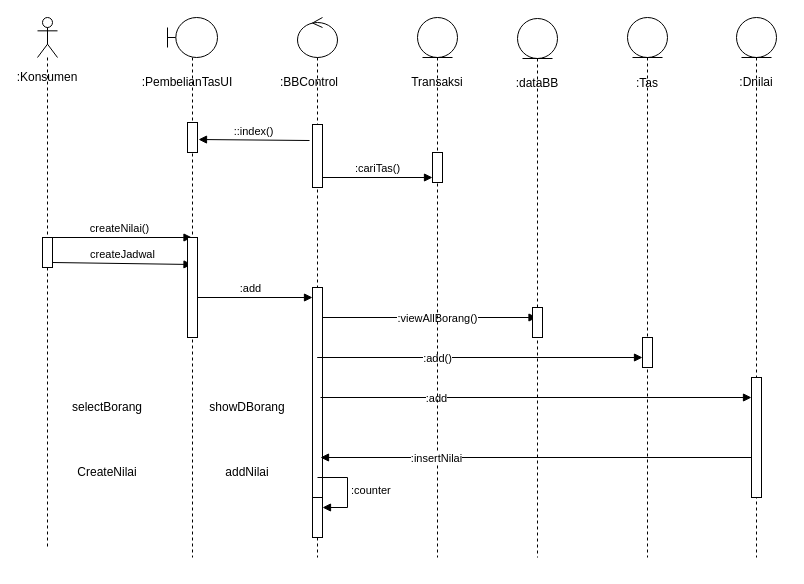
The draw.io diagram Pert 11/Seq-Prak-2.drawio in mahesri/uml_ads_sms3, before the edit. Source tidied: cells renumbered, new cells numbered last; positions are measured from the earlier drawing's top-left corner, leaving out a move shared by most shapes. Both pictures are drawn from the tidied source at 100%, with x=0, y=0 at pixel (17, 17).
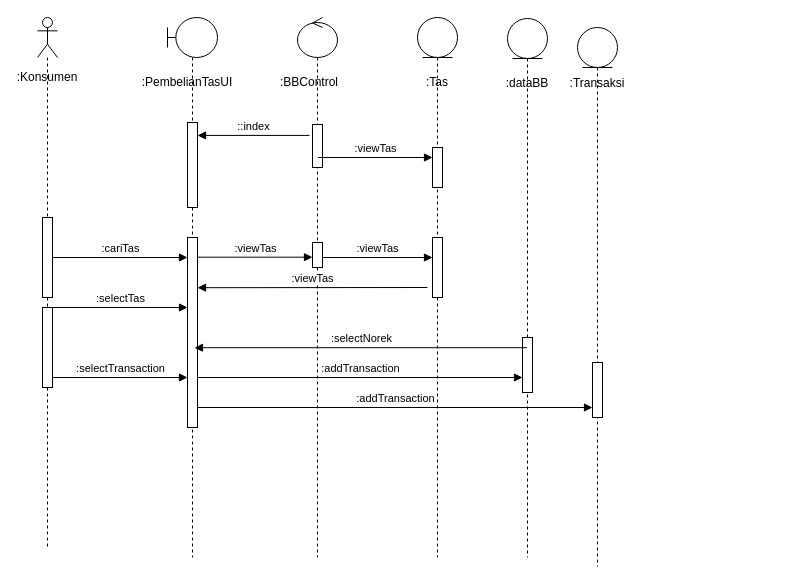
The same page after the edit.

The change refers to these unchanged cells:
```xml
<mxCell id="2" style="shape=umlLifeline;perimeter=lifelinePerimeter;whiteSpace=wrap;html=1;newEdgeStyle={&quot;curved&quot;:0,&quot;rounded&quot;:0};participant=umlActor;" parent="1" vertex="1">
  <mxGeometry x="20" width="20" height="530" as="geometry" />
</mxCell>
<mxCell id="7" style="shape=umlLifeline;perimeter=lifelinePerimeter;whiteSpace=wrap;html=1;newEdgeStyle={&quot;curved&quot;:0,&quot;rounded&quot;:0};participant=umlControl;" parent="1" vertex="1">
  <mxGeometry x="280" width="40" height="540" as="geometry" />
</mxCell>
<mxCell id="30" style="shape=umlLifeline;perimeter=lifelinePerimeter;whiteSpace=wrap;html=1;newEdgeStyle={&quot;curved&quot;:0,&quot;rounded&quot;:0};participant=umlEntity;" parent="1" vertex="1">
  <mxGeometry x="400" width="40" height="540" as="geometry" />
</mxCell>
```

What changed in the source:
```diff
@@
+    <mxCell id="40" style="html=1;perimeter=orthogonalPerimeter;targetShapes=umlLifeline;newEdgeStyle={&quot;curved&quot;:0,&quot;rounded&quot;:0};" parent="2" vertex="1">
+      <mxGeometry x="5" y="290" width="10" height="80" as="geometry" />
+    </mxCell>
@@
     <mxCell id="8" style="html=1;points=[[0,0,0,0,5],[0,1,0,0,-5],[1,0,0,0,5],[1,1,0,0,-5]];perimeter=orthogonalPerimeter;outlineConnect=0;targetShapes=umlLifeline;portConstraint=eastwest;newEdgeStyle={&quot;curved&quot;:0,&quot;rounded&quot;:0};" parent="7" vertex="1">
-      <mxGeometry x="15" y="107" width="10" height="63" as="geometry" />
+      <mxGeometry x="15" y="107" width="10" height="43" as="geometry" />
     </mxCell>
-    <mxCell id="9" style="html=1;points=[[0,0,0,0,5],[0,1,0,0,-5],[1,0,0,0,5],[1,1,0,0,-5]];perimeter=orthogonalPerimeter;outlineConnect=0;targetShapes=umlLifeline;portConstraint=eastwest;newEdgeStyle={&quot;curved&quot;:0,&quot;rounded&quot;:0};" parent="7" vertex="1">
-      <mxGeometry x="15" y="270" width="10" height="230" as="geometry" />
-    </mxCell>
-    <mxCell id="10" style="html=1;points=[[0,0,0,0,5],[0,1,0,0,-5],[1,0,0,0,5],[1,1,0,0,-5]];perimeter=orthogonalPerimeter;outlineConnect=0;targetShapes=umlLifeline;portConstraint=eastwest;newEdgeStyle={&quot;curved&quot;:0,&quot;rounded&quot;:0};" parent="7" vertex="1">
-      <mxGeometry x="15" y="480" width="10" height="40" as="geometry" />
-    </mxCell>
-    <mxCell id="11" value=":counter" style="html=1;align=left;spacingLeft=2;endArrow=block;rounded=0;edgeStyle=orthogonalEdgeStyle;curved=0;rounded=0;" parent="7" edge="1" target="10">
-      <mxGeometry relative="1" as="geometry">
-        <mxPoint x="20" y="460" as="sourcePoint" />
-        <Array as="points">
-          <mxPoint x="50" y="490" />
-        </Array>
-      </mxGeometry>
-    </mxCell>
+    <mxCell id="41" style="html=1;points=[[0,0,0,0,5],[0,1,0,0,-5],[1,0,0,0,5],[1,1,0,0,-5]];perimeter=orthogonalPerimeter;outlineConnect=0;targetShapes=umlLifeline;portConstraint=eastwest;newEdgeStyle={&quot;curved&quot;:0,&quot;rounded&quot;:0};" parent="7" vertex="1">
+      <mxGeometry x="15" y="225" width="10" height="25" as="geometry" />
+    </mxCell>
-    <mxCell id="12" value="::index()" style="html=1;verticalAlign=bottom;endArrow=block;curved=0;rounded=0;exitX=-0.3;exitY=0.254;exitDx=0;exitDy=0;exitPerimeter=0;entryX=1.1;entryY=0.567;entryDx=0;entryDy=0;entryPerimeter=0;" parent="1" edge="1" source="8" target="32">
+    <mxCell id="12" value="::index" style="html=1;verticalAlign=bottom;endArrow=block;curved=0;rounded=0;exitX=-0.3;exitY=0.254;exitDx=0;exitDy=0;exitPerimeter=0;" parent="1" edge="1" source="8" target="32">
       <mxGeometry relative="1" as="geometry" />
     </mxCell>
-    <mxCell id="13" value=":cariTas()" style="html=1;verticalAlign=bottom;endArrow=block;curved=0;rounded=0;entryX=0;entryY=1;entryDx=0;entryDy=-5;entryPerimeter=0;" parent="1" edge="1" source="8" target="31">
-      <mxGeometry relative="1" as="geometry" />
+    <mxCell id="13" value=":viewTas" style="html=1;verticalAlign=bottom;endArrow=block;curved=0;rounded=0;" parent="1" edge="1">
+      <mxGeometry relative="1" as="geometry">
+        <mxPoint x="300.5" y="140" as="sourcePoint" />
+        <mxPoint x="415" y="140" as="targetPoint" />
+      </mxGeometry>
     </mxCell>
-    <mxCell id="14" value="createJadwal" style="html=1;verticalAlign=bottom;endArrow=block;curved=0;rounded=0;exitX=1;exitY=1;exitDx=0;exitDy=-5;exitPerimeter=0;" parent="1" edge="1" source="34">
-      <mxGeometry relative="1" as="geometry">
-        <mxPoint x="174.5" y="247" as="targetPoint" />
-      </mxGeometry>
-    </mxCell>
-    <mxCell id="15" value="createNilai()" style="html=1;verticalAlign=bottom;endArrow=block;curved=0;rounded=0;" parent="1" edge="1">
-      <mxGeometry relative="1" as="geometry">
-        <mxPoint x="30" y="220" as="sourcePoint" />
-        <mxPoint x="174.5" y="220" as="targetPoint" />
-      </mxGeometry>
-    </mxCell>
-    <mxCell id="16" value=":dataBB" style="text;html=1;strokeColor=none;fillColor=none;align=center;verticalAlign=middle;whiteSpace=wrap;rounded=0;" parent="1" vertex="1">
-      <mxGeometry x="490" y="51" width="60" height="30" as="geometry" />
-    </mxCell>
-    <mxCell id="17" style="shape=umlLifeline;perimeter=lifelinePerimeter;whiteSpace=wrap;html=1;outlineConnect=0;portConstraint=eastwest;newEdgeStyle={&quot;curved&quot;:0,&quot;rounded&quot;:0};participant=umlEntity;" parent="1" vertex="1">
-      <mxGeometry x="500" y="1" width="40" height="539" as="geometry" />
-    </mxCell>
-    <mxCell id="18" value=":add" style="html=1;verticalAlign=bottom;endArrow=block;curved=0;rounded=0;exitX=1;exitY=1;exitDx=0;exitDy=-5;exitPerimeter=0;" parent="1" edge="1" target="9">
-      <mxGeometry relative="1" as="geometry">
-        <mxPoint x="170" y="280" as="sourcePoint" />
-      </mxGeometry>
-    </mxCell>
-    <mxCell id="19" value=":viewAllBorang()" style="html=1;verticalAlign=bottom;endArrow=block;curved=0;rounded=0;" parent="1" edge="1" target="17">
-      <mxGeometry x="0.07" y="-10" relative="1" as="geometry">
-        <mxPoint x="305" y="300" as="sourcePoint" />
-      </mxGeometry>
-    </mxCell>
-    <mxCell id="20" value=":add()" style="html=1;verticalAlign=bottom;endArrow=block;curved=0;rounded=0;" parent="1" edge="1">
-      <mxGeometry x="-0.26" y="-10" relative="1" as="geometry">
-        <mxPoint x="299.7" y="340" as="sourcePoint" />
-        <mxPoint x="625" y="340" as="targetPoint" />
-      </mxGeometry>
-    </mxCell>
-    <mxCell id="21" value=":add" style="html=1;verticalAlign=bottom;endArrow=block;curved=0;rounded=0;exitX=0.5;exitY=0.538;exitDx=0;exitDy=0;exitPerimeter=0;" parent="1" edge="1" target="27">
-      <mxGeometry x="-0.46" y="-10" relative="1" as="geometry">
-        <mxPoint x="303" y="380" as="sourcePoint" />
-      </mxGeometry>
-    </mxCell>
-    <mxCell id="22" value=":Tas" style="text;html=1;strokeColor=none;fillColor=none;align=center;verticalAlign=middle;whiteSpace=wrap;rounded=0;" parent="1" vertex="1">
-      <mxGeometry x="600" y="51" width="60" height="30" as="geometry" />
+    <mxCell id="22" value=":Transaksi" style="text;html=1;strokeColor=none;fillColor=none;align=center;verticalAlign=middle;whiteSpace=wrap;rounded=0;" parent="1" vertex="1">
+      <mxGeometry x="550" y="51" width="60" height="30" as="geometry" />
     </mxCell>
-    <mxCell id="23" style="shape=umlLifeline;perimeter=lifelinePerimeter;whiteSpace=wrap;html=1;newEdgeStyle={&quot;curved&quot;:0,&quot;rounded&quot;:0};participant=umlEntity;" parent="1" vertex="1">
-      <mxGeometry x="610" width="40" height="540" as="geometry" />
-    </mxCell>
-    <mxCell id="24" style="html=1;perimeter=orthogonalPerimeter;targetShapes=umlLifeline;newEdgeStyle={&quot;curved&quot;:0,&quot;rounded&quot;:0};" parent="1" vertex="1">
-      <mxGeometry x="625" y="320" width="10" height="30" as="geometry" />
-    </mxCell>
-    <mxCell id="25" value=":Dnilai" style="text;html=1;strokeColor=none;fillColor=none;align=center;verticalAlign=middle;whiteSpace=wrap;rounded=0;" parent="1" vertex="1">
-      <mxGeometry x="709" y="50" width="60" height="30" as="geometry" />
-    </mxCell>
-    <mxCell id="26" style="shape=umlLifeline;perimeter=lifelinePerimeter;whiteSpace=wrap;html=1;newEdgeStyle={&quot;curved&quot;:0,&quot;rounded&quot;:0};participant=umlEntity;" parent="1" vertex="1">
-      <mxGeometry x="719" width="40" height="540" as="geometry" />
-    </mxCell>
-    <mxCell id="27" style="html=1;points=[[0,0,0,0,5],[0,1,0,0,-5],[1,0,0,0,5],[1,1,0,0,-5]];perimeter=orthogonalPerimeter;outlineConnect=0;targetShapes=umlLifeline;portConstraint=eastwest;newEdgeStyle={&quot;curved&quot;:0,&quot;rounded&quot;:0};" parent="1" vertex="1">
-      <mxGeometry x="734" y="360" width="10" height="120" as="geometry" />
-    </mxCell>
-    <mxCell id="28" style="html=1;points=[[0,0,0,0,5],[0,1,0,0,-5],[1,0,0,0,5],[1,1,0,0,-5]];perimeter=orthogonalPerimeter;outlineConnect=0;targetShapes=umlLifeline;portConstraint=eastwest;newEdgeStyle={&quot;curved&quot;:0,&quot;rounded&quot;:0};" parent="1" vertex="1">
-      <mxGeometry x="515" y="290" width="10" height="30" as="geometry" />
-    </mxCell>
-    <mxCell id="29" value="Transaksi" style="text;html=1;strokeColor=none;fillColor=none;align=center;verticalAlign=middle;whiteSpace=wrap;rounded=0;" parent="1" vertex="1">
+    <mxCell id="29" value=":Tas" style="text;html=1;strokeColor=none;fillColor=none;align=center;verticalAlign=middle;whiteSpace=wrap;rounded=0;" parent="1" vertex="1">
       <mxGeometry x="390" y="50" width="60" height="30" as="geometry" />
     </mxCell>
@@
     <mxCell id="31" style="html=1;points=[[0,0,0,0,5],[0,1,0,0,-5],[1,0,0,0,5],[1,1,0,0,-5]];perimeter=orthogonalPerimeter;outlineConnect=0;targetShapes=umlLifeline;portConstraint=eastwest;newEdgeStyle={&quot;curved&quot;:0,&quot;rounded&quot;:0};" parent="30" vertex="1">
-      <mxGeometry x="15" y="135" width="10" height="30" as="geometry" />
+      <mxGeometry x="15" y="135" width="10" height="5" as="geometry" />
     </mxCell>
+    <mxCell id="42" style="html=1;perimeter=orthogonalPerimeter;targetShapes=umlLifeline;newEdgeStyle={&quot;curved&quot;:0,&quot;rounded&quot;:0};" parent="30" vertex="1">
+      <mxGeometry x="15" y="220" width="10" height="60" as="geometry" />
+    </mxCell>
     <mxCell id="32" style="html=1;points=[[0,0,0,0,5],[0,1,0,0,-5],[1,0,0,0,5],[1,1,0,0,-5]];perimeter=orthogonalPerimeter;outlineConnect=0;targetShapes=umlLifeline;portConstraint=eastwest;newEdgeStyle={&quot;curved&quot;:0,&quot;rounded&quot;:0};" parent="1" vertex="1">
-      <mxGeometry x="170" y="105" width="10" height="30" as="geometry" />
+      <mxGeometry x="170" y="105" width="10" height="85" as="geometry" />
     </mxCell>
-    <mxCell id="33" style="html=1;perimeter=orthogonalPerimeter;targetShapes=umlLifeline;newEdgeStyle={&quot;curved&quot;:0,&quot;rounded&quot;:0};" parent="1" vertex="1">
-      <mxGeometry x="170" y="220" width="10" height="100" as="geometry" />
-    </mxCell>
-    <mxCell id="34" style="html=1;points=[[0,0,0,0,5],[0,1,0,0,-5],[1,0,0,0,5],[1,1,0,0,-5]];perimeter=orthogonalPerimeter;outlineConnect=0;targetShapes=umlLifeline;portConstraint=eastwest;newEdgeStyle={&quot;curved&quot;:0,&quot;rounded&quot;:0};" parent="1" vertex="1">
-      <mxGeometry x="25" y="220" width="10" height="30" as="geometry" />
-    </mxCell>
-    <mxCell id="35" value=":insertNilai" style="html=1;verticalAlign=bottom;endArrow=none;curved=0;rounded=0;exitX=0.5;exitY=0.538;exitDx=0;exitDy=0;exitPerimeter=0;startArrow=block;startFill=1;endFill=0;" parent="1" edge="1">
-      <mxGeometry x="-0.46" y="-10" relative="1" as="geometry">
-        <mxPoint x="303" y="440" as="sourcePoint" />
-        <mxPoint x="734" y="440" as="targetPoint" />
-      </mxGeometry>
-    </mxCell>
-    <mxCell id="36" value="selectBorang" style="text;html=1;strokeColor=none;fillColor=none;align=center;verticalAlign=middle;whiteSpace=wrap;rounded=0;" parent="1" vertex="1">
-      <mxGeometry x="60" y="375" width="60" height="30" as="geometry" />
-    </mxCell>
-    <mxCell id="37" value="CreateNilai" style="text;html=1;strokeColor=none;fillColor=none;align=center;verticalAlign=middle;whiteSpace=wrap;rounded=0;" parent="1" vertex="1">
-      <mxGeometry x="60" y="440" width="60" height="30" as="geometry" />
-    </mxCell>
-    <mxCell id="38" value="showDBorang" style="text;html=1;strokeColor=none;fillColor=none;align=center;verticalAlign=middle;whiteSpace=wrap;rounded=0;" parent="1" vertex="1">
-      <mxGeometry x="200" y="375" width="60" height="30" as="geometry" />
-    </mxCell>
-    <mxCell id="39" value="addNilai" style="text;html=1;strokeColor=none;fillColor=none;align=center;verticalAlign=middle;whiteSpace=wrap;rounded=0;" parent="1" vertex="1">
-      <mxGeometry x="200" y="440" width="60" height="30" as="geometry" />
-    </mxCell>
+    <mxCell id="43" style="html=1;verticalAlign=bottom;endArrow=block;curved=0;rounded=0;" parent="1" edge="1" target="44">
+      <mxGeometry relative="1" as="geometry">
+        <mxPoint x="420" y="170" as="sourcePoint" />
+      </mxGeometry>
+    </mxCell>
+    <mxCell id="44" style="html=1;points=[[0,0,0,0,5],[0,1,0,0,-5],[1,0,0,0,5],[1,1,0,0,-5]];perimeter=orthogonalPerimeter;outlineConnect=0;targetShapes=umlLifeline;portConstraint=eastwest;newEdgeStyle={&quot;curved&quot;:0,&quot;rounded&quot;:0};" parent="1" vertex="1">
+      <mxGeometry x="415" y="130" width="10" height="40" as="geometry" />
+    </mxCell>
+    <mxCell id="9" style="html=1;points=[[0,0,0,0,5],[0,1,0,0,-5],[1,0,0,0,5],[1,1,0,0,-5]];perimeter=orthogonalPerimeter;outlineConnect=0;targetShapes=umlLifeline;portConstraint=eastwest;newEdgeStyle={&quot;curved&quot;:0,&quot;rounded&quot;:0};" parent="1" vertex="1">
+      <mxGeometry x="170" y="220" width="10" height="190" as="geometry" />
+    </mxCell>
+    <mxCell id="45" value=":cariTas" style="html=1;verticalAlign=bottom;endArrow=block;curved=0;rounded=0;" parent="1" edge="1" source="46" target="9">
+      <mxGeometry relative="1" as="geometry" />
+    </mxCell>
+    <mxCell id="46" style="html=1;points=[[0,0,0,0,5],[0,1,0,0,-5],[1,0,0,0,5],[1,1,0,0,-5]];perimeter=orthogonalPerimeter;outlineConnect=0;targetShapes=umlLifeline;portConstraint=eastwest;newEdgeStyle={&quot;curved&quot;:0,&quot;rounded&quot;:0};" parent="1" vertex="1">
+      <mxGeometry x="25" y="200" width="10" height="80" as="geometry" />
+    </mxCell>
+    <mxCell id="47" value=":viewTas" style="html=1;verticalAlign=bottom;endArrow=block;curved=0;rounded=0;" parent="1" edge="1" target="41">
+      <mxGeometry relative="1" as="geometry">
+        <mxPoint x="180" y="239.7" as="sourcePoint" />
+      </mxGeometry>
+    </mxCell>
+    <mxCell id="48" value=":viewTas" style="html=1;verticalAlign=bottom;endArrow=block;curved=0;rounded=0;" parent="1" edge="1" source="41">
+      <mxGeometry relative="1" as="geometry">
+        <mxPoint x="415" y="240" as="targetPoint" />
+      </mxGeometry>
+    </mxCell>
+    <mxCell id="49" value=":viewTas" style="html=1;verticalAlign=bottom;endArrow=block;curved=0;rounded=0;" parent="1" edge="1">
+      <mxGeometry relative="1" as="geometry">
+        <mxPoint x="410" y="270" as="sourcePoint" />
+        <mxPoint x="180" y="270.2" as="targetPoint" />
+      </mxGeometry>
+    </mxCell>
+    <mxCell id="50" value=":selectTas" style="html=1;verticalAlign=bottom;endArrow=block;curved=0;rounded=0;" parent="1" edge="1" target="9">
+      <mxGeometry relative="1" as="geometry">
+        <mxPoint x="35" y="290" as="sourcePoint" />
+      </mxGeometry>
+    </mxCell>
+    <mxCell id="17" style="shape=umlLifeline;perimeter=lifelinePerimeter;whiteSpace=wrap;html=1;outlineConnect=0;portConstraint=eastwest;newEdgeStyle={&quot;curved&quot;:0,&quot;rounded&quot;:0};participant=umlEntity;" parent="1" vertex="1">
+      <mxGeometry x="490" y="1" width="40" height="539" as="geometry" />
+    </mxCell>
+    <mxCell id="28" style="html=1;points=[[0,0,0,0,5],[0,1,0,0,-5],[1,0,0,0,5],[1,1,0,0,-5]];perimeter=orthogonalPerimeter;outlineConnect=0;targetShapes=umlLifeline;portConstraint=eastwest;newEdgeStyle={&quot;curved&quot;:0,&quot;rounded&quot;:0};" parent="17" vertex="1">
+      <mxGeometry x="15" y="319" width="10" height="55" as="geometry" />
+    </mxCell>
+    <mxCell id="16" value=":dataBB" style="text;html=1;strokeColor=none;fillColor=none;align=center;verticalAlign=middle;whiteSpace=wrap;rounded=0;" parent="1" vertex="1">
+      <mxGeometry x="480" y="51" width="60" height="30" as="geometry" />
+    </mxCell>
+    <mxCell id="51" style="shape=umlLifeline;perimeter=lifelinePerimeter;whiteSpace=wrap;html=1;newEdgeStyle={&quot;curved&quot;:0,&quot;rounded&quot;:0};participant=umlEntity;" parent="1" vertex="1">
+      <mxGeometry x="560" y="10" width="40" height="539" as="geometry" />
+    </mxCell>
+    <mxCell id="52" style="html=1;points=[[0,0,0,0,5],[0,1,0,0,-5],[1,0,0,0,5],[1,1,0,0,-5]];perimeter=orthogonalPerimeter;outlineConnect=0;targetShapes=umlLifeline;portConstraint=eastwest;newEdgeStyle={&quot;curved&quot;:0,&quot;rounded&quot;:0};" parent="51" vertex="1">
+      <mxGeometry x="15" y="335" width="10" height="55" as="geometry" />
+    </mxCell>
+    <mxCell id="53" value=":addTransaction" style="html=1;verticalAlign=bottom;endArrow=block;curved=0;rounded=0;" parent="1" edge="1" target="52">
+      <mxGeometry relative="1" as="geometry">
+        <mxPoint x="180" y="390" as="sourcePoint" />
+      </mxGeometry>
+    </mxCell>
+    <mxCell id="54" value=":selectTransaction" style="html=1;verticalAlign=bottom;endArrow=block;curved=0;rounded=0;" parent="1" edge="1">
+      <mxGeometry relative="1" as="geometry">
+        <mxPoint x="35" y="360" as="sourcePoint" />
+        <mxPoint x="170" y="360" as="targetPoint" />
+      </mxGeometry>
+    </mxCell>
+    <mxCell id="55" value=":addTransaction" style="html=1;verticalAlign=bottom;endArrow=block;curved=0;rounded=0;" parent="1" edge="1" target="28">
+      <mxGeometry relative="1" as="geometry">
+        <mxPoint x="180" y="360" as="sourcePoint" />
+      </mxGeometry>
+    </mxCell>
+    <mxCell id="56" value=":selectNorek" style="html=1;verticalAlign=bottom;endArrow=block;curved=0;rounded=0;" parent="1" edge="1" source="17">
+      <mxGeometry relative="1" as="geometry">
+        <mxPoint x="177" y="330.2" as="targetPoint" />
+      </mxGeometry>
+    </mxCell>
```
